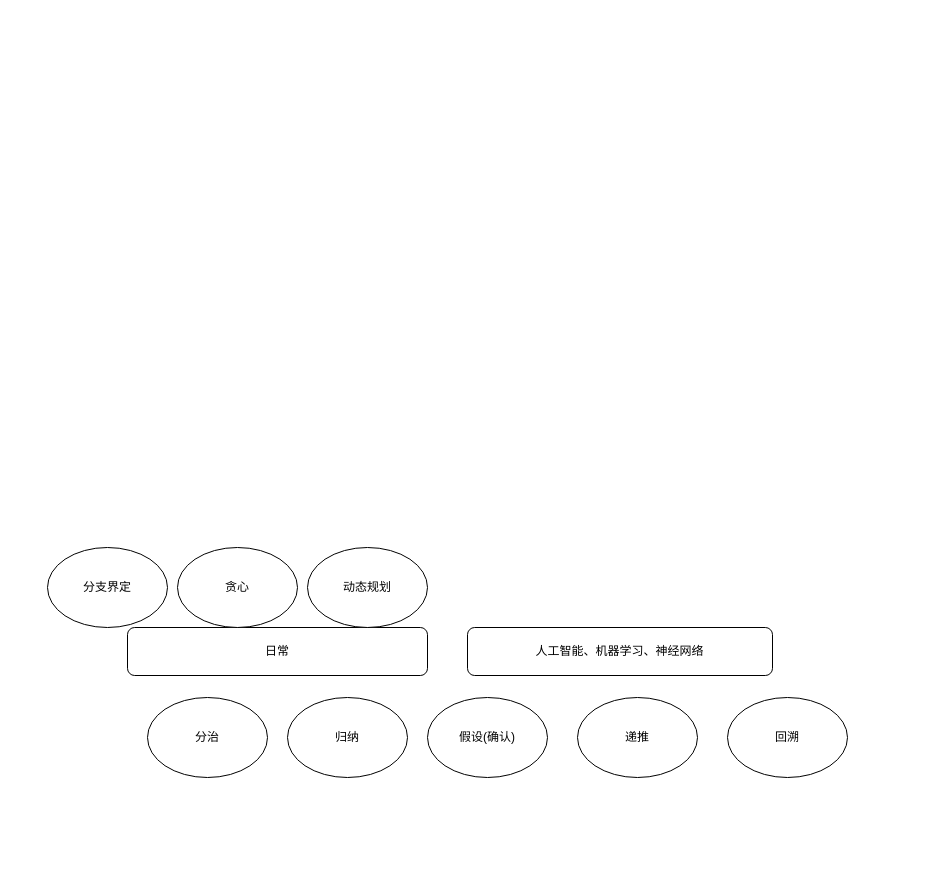
Above: menus/算法.drawio in Asamiyaa/microservice-k8s-yun (draw.io), before the change. Source tidied: cells renumbered, new cells numbered last; positions are measured from the earlier drawing's top-left corner, leaving out a move shared by most shapes. Both pictures are drawn from the tidied source at 100%, with x=0, y=0 at pixel (47, 547).
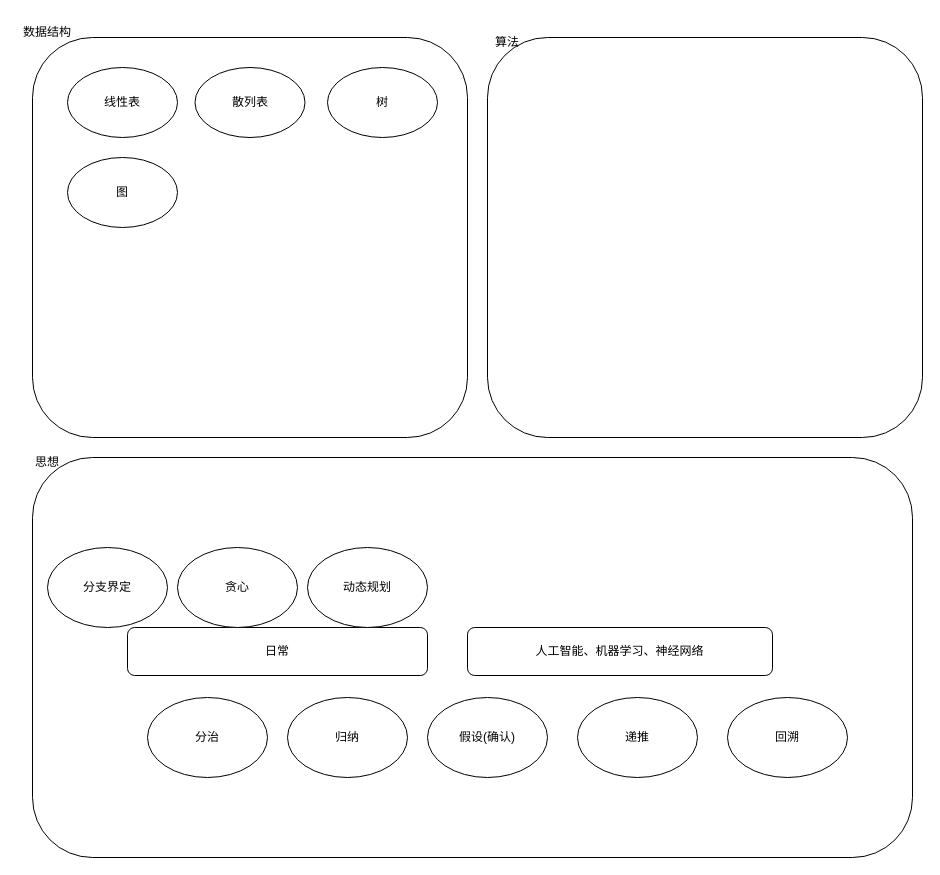
Above is the later version.

The edit, as a diff of the source:
```diff
@@
+    <mxCell id="12" style="rounded=1;whiteSpace=wrap;html=1;" parent="1" vertex="1">
+      <mxGeometry x="-15" y="-90" width="880" height="400" as="geometry" />
+    </mxCell>
@@
+    <mxCell id="13" value="思想" style="text;html=1;strokeColor=none;fillColor=none;align=center;verticalAlign=middle;whiteSpace=wrap;rounded=0;" parent="1" vertex="1">
+      <mxGeometry x="-30" y="-100" width="60" height="30" as="geometry" />
+    </mxCell>
+    <mxCell id="14" style="rounded=1;whiteSpace=wrap;html=1;" parent="1" vertex="1">
+      <mxGeometry x="-15" y="-510" width="435" height="400" as="geometry" />
+    </mxCell>
+    <mxCell id="15" style="rounded=1;whiteSpace=wrap;html=1;" parent="1" vertex="1">
+      <mxGeometry x="440" y="-510" width="435" height="400" as="geometry" />
+    </mxCell>
+    <mxCell id="16" value="数据结构" style="text;html=1;strokeColor=none;fillColor=none;align=center;verticalAlign=middle;whiteSpace=wrap;rounded=0;" parent="1" vertex="1">
+      <mxGeometry x="-30" y="-530" width="60" height="30" as="geometry" />
+    </mxCell>
+    <mxCell id="17" value="算法" style="text;html=1;strokeColor=none;fillColor=none;align=center;verticalAlign=middle;whiteSpace=wrap;rounded=0;" parent="1" vertex="1">
+      <mxGeometry x="430" y="-520" width="60" height="30" as="geometry" />
+    </mxCell>
+    <mxCell id="18" value="线性表" style="ellipse;whiteSpace=wrap;html=1;" parent="1" vertex="1">
+      <mxGeometry x="20" y="-480" width="110" height="70" as="geometry" />
+    </mxCell>
+    <mxCell id="19" value="散列表" style="ellipse;whiteSpace=wrap;html=1;" parent="1" vertex="1">
+      <mxGeometry x="147.5" y="-480" width="110" height="70" as="geometry" />
+    </mxCell>
+    <mxCell id="20" value="树" style="ellipse;whiteSpace=wrap;html=1;" parent="1" vertex="1">
+      <mxGeometry x="280" y="-480" width="110" height="70" as="geometry" />
+    </mxCell>
+    <mxCell id="21" value="图" style="ellipse;whiteSpace=wrap;html=1;" parent="1" vertex="1">
+      <mxGeometry x="20" y="-390" width="110" height="70" as="geometry" />
+    </mxCell>
```
